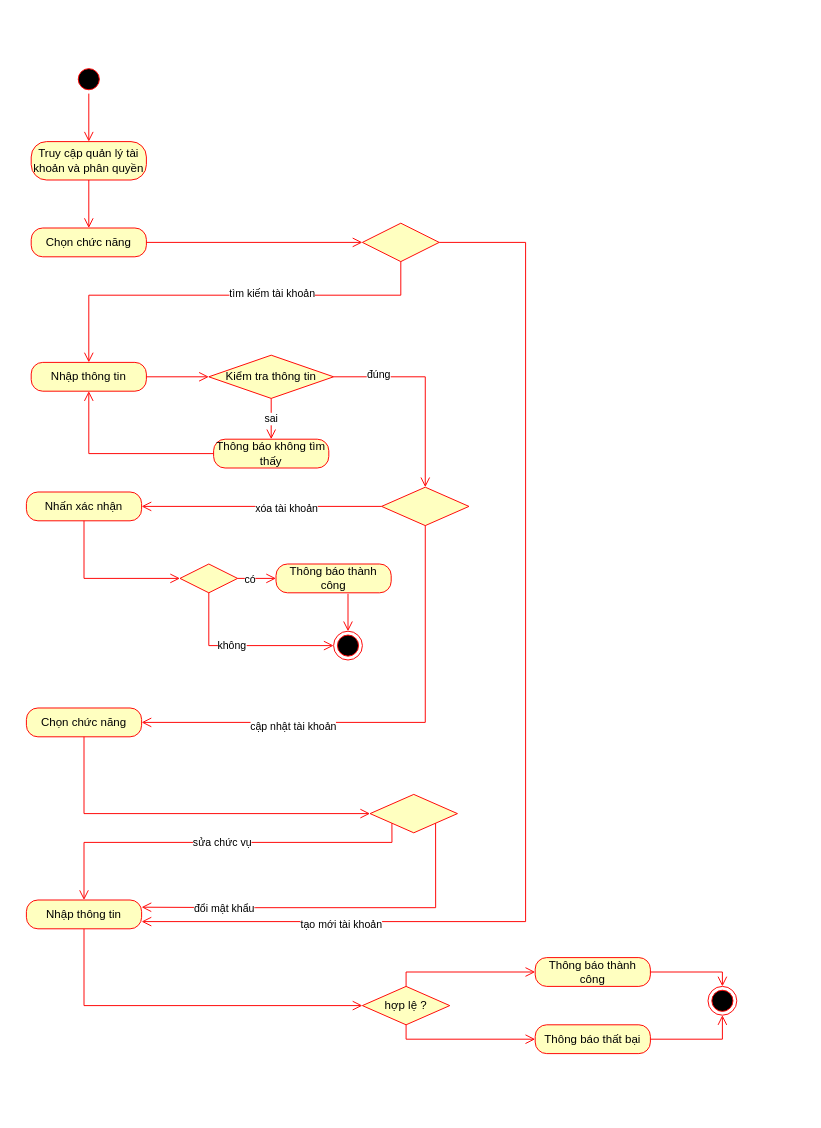
Above: TaiKhoan_AD.drawio in hoangda24312/Group4-DesigningSystem (draw.io), before the change. Source tidied: cells renumbered, new cells numbered last; positions are measured from the earlier drawing's top-left corner, leaving out a move shared by most shapes. Both pictures are drawn from the tidied source at 96%, with x=0, y=0 at pixel (26, 64).
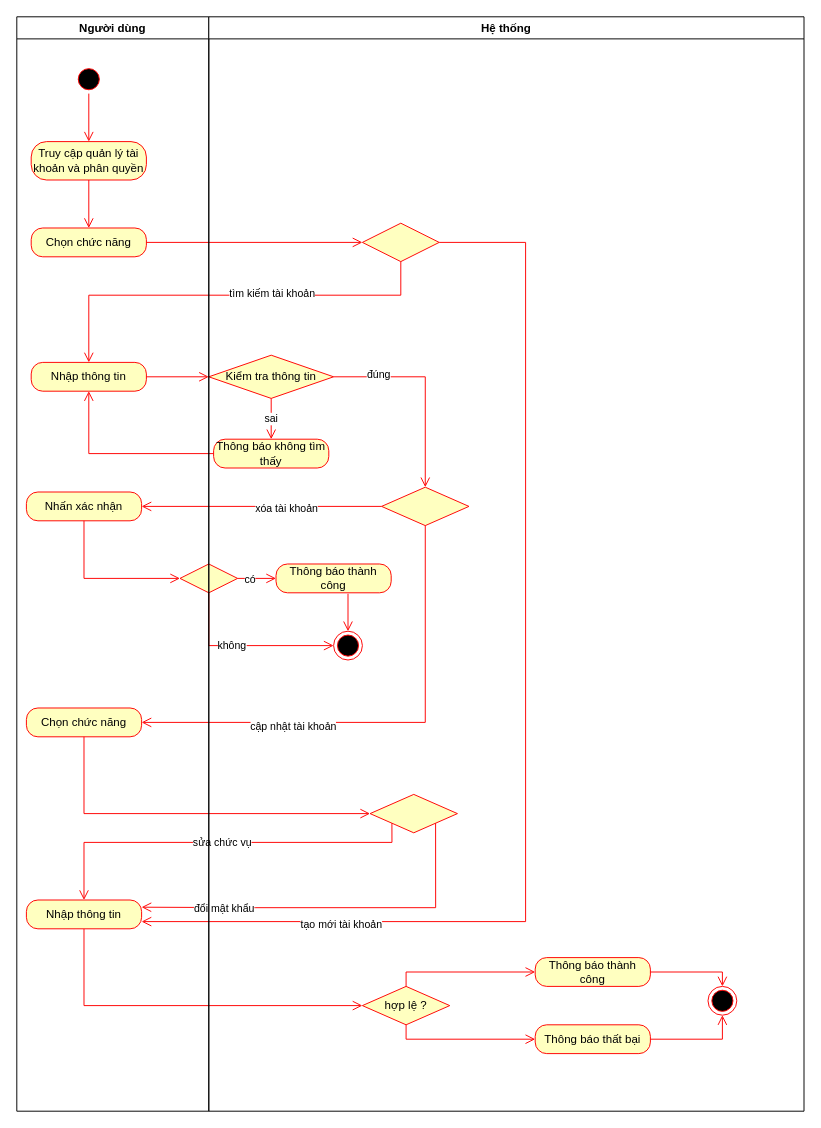
The same diagram, later.

Change to the diagram source:
```diff
@@
+    <mxCell id="55" value="Người dùng" style="swimlane;whiteSpace=wrap;html=1;" parent="1" vertex="1">
+      <mxGeometry x="-10" y="-50" width="200" height="1140" as="geometry" />
+    </mxCell>
+    <mxCell id="56" value="Hệ thống" style="swimlane;whiteSpace=wrap;html=1;startSize=23;" parent="1" vertex="1">
+      <mxGeometry x="190" y="-50" width="620" height="1140" as="geometry" />
+    </mxCell>
```
